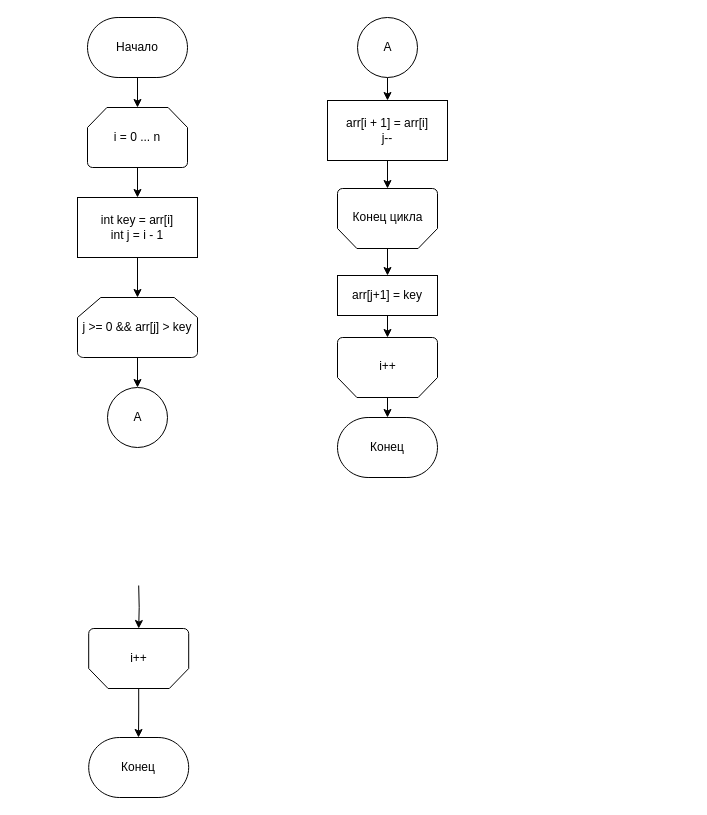
The draw.io diagram lab3/flowchart/bubble.drawio in LyubaxaPro/analysis_of_algorithms, before the edit. Source tidied: cells renumbered, new cells numbered last; positions are measured from the earlier drawing's top-left corner, leaving out a move shared by most shapes. Both pictures are drawn from the tidied source at 100%, with x=0, y=0 at pixel (77, 17).
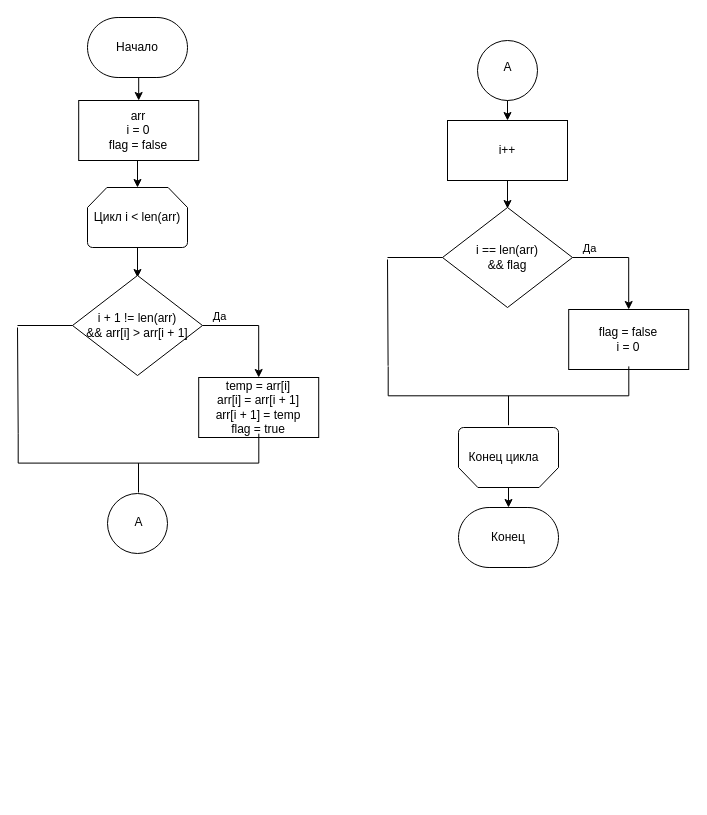
The same diagram, later.

The change refers to these unchanged cells:
```xml
<mxCell id="3" value="Начало" style="strokeWidth=1;html=1;shape=mxgraph.flowchart.terminator;whiteSpace=wrap;rounded=0;" parent="1" vertex="1">
  <mxGeometry x="10" width="100" height="60" as="geometry" />
</mxCell>
```

The edit, as a diff of the source:
```diff
@@
-    <mxCell id="2" style="edgeStyle=orthogonalEdgeStyle;rounded=0;jettySize=auto;html=1;exitX=0.5;exitY=1;exitDx=0;exitDy=0;exitPerimeter=0;" parent="1" edge="1" source="3" target="5">
-      <mxGeometry relative="1" as="geometry" />
-    </mxCell>
+    <mxCell id="31" style="edgeStyle=orthogonalEdgeStyle;rounded=0;jettySize=auto;html=1;exitX=0.5;exitY=1;exitDx=0;exitDy=0;exitPerimeter=0;entryX=0.5;entryY=0;entryDx=0;entryDy=0;" parent="1" edge="1" source="3" target="33">
+      <mxGeometry relative="1" as="geometry" />
+    </mxCell>
@@
     <mxCell id="4" style="edgeStyle=orthogonalEdgeStyle;rounded=0;jettySize=auto;html=1;exitX=0.5;exitY=1;exitDx=0;exitDy=0;exitPerimeter=0;entryX=0.5;entryY=0;entryDx=0;entryDy=0;entryPerimeter=0;" parent="1" edge="1" source="5">
       <mxGeometry relative="1" as="geometry">
-        <mxPoint x="60" y="180" as="targetPoint" />
+        <mxPoint x="60" y="260" as="targetPoint" />
       </mxGeometry>
     </mxCell>
-    <mxCell id="5" value="i = 0 ... n" style="strokeWidth=1;html=1;shape=mxgraph.flowchart.loop_limit;whiteSpace=wrap;rounded=0;" parent="1" vertex="1">
-      <mxGeometry x="10" y="90" width="100" height="60" as="geometry" />
+    <mxCell id="5" value="Цикл i &amp;lt; len(arr)" style="strokeWidth=1;html=1;shape=mxgraph.flowchart.loop_limit;whiteSpace=wrap;rounded=0;" parent="1" vertex="1">
+      <mxGeometry x="10" y="170" width="100" height="60" as="geometry" />
     </mxCell>
-    <mxCell id="6" style="edgeStyle=orthogonalEdgeStyle;rounded=0;jettySize=auto;html=1;exitX=0.5;exitY=0;exitDx=0;exitDy=0;exitPerimeter=0;" parent="1" edge="1" target="8">
-      <mxGeometry relative="1" as="geometry">
-        <mxPoint x="61.2" y="568" as="sourcePoint" />
-      </mxGeometry>
-    </mxCell>
-    <mxCell id="7" style="edgeStyle=orthogonalEdgeStyle;rounded=0;jettySize=auto;html=1;exitX=0.5;exitY=0;exitDx=0;exitDy=0;exitPerimeter=0;" parent="1" edge="1" source="8">
-      <mxGeometry relative="1" as="geometry">
-        <mxPoint x="61" y="720" as="targetPoint" />
-      </mxGeometry>
-    </mxCell>
-    <mxCell id="8" style="strokeWidth=1;html=1;shape=mxgraph.flowchart.loop_limit;whiteSpace=wrap;rounded=0;rotation=-180;" parent="1" vertex="1">
-      <mxGeometry x="11.2" y="611" width="100" height="60" as="geometry" />
-    </mxCell>
-    <mxCell id="9" value="Конец" style="strokeWidth=1;html=1;shape=mxgraph.flowchart.terminator;whiteSpace=wrap;rounded=0;" parent="1" vertex="1">
-      <mxGeometry x="11.2" y="720" width="100" height="60" as="geometry" />
-    </mxCell>
-    <mxCell id="10" value="i++" style="text;html=1;align=center;verticalAlign=middle;" parent="1" vertex="1">
-      <mxGeometry x="46.2" y="631" width="30" height="20" as="geometry" />
-    </mxCell>
-    <mxCell id="11" style="edgeStyle=orthogonalEdgeStyle;rounded=0;jettySize=auto;html=1;exitX=0.5;exitY=1;exitDx=0;exitDy=0;entryX=0.5;entryY=0;entryDx=0;entryDy=0;entryPerimeter=0;" parent="1" edge="1" source="12" target="14">
-      <mxGeometry relative="1" as="geometry" />
-    </mxCell>
-    <mxCell id="12" value="int key = arr[i]&lt;br&gt;int j = i - 1" style="rounded=0;whiteSpace=wrap;html=1;absoluteArcSize=1;arcSize=14;strokeWidth=1;" parent="1" vertex="1">
-      <mxGeometry y="180" width="120" height="60" as="geometry" />
-    </mxCell>
-    <mxCell id="13" style="edgeStyle=orthogonalEdgeStyle;rounded=0;jettySize=auto;html=1;exitX=0.5;exitY=1;exitDx=0;exitDy=0;exitPerimeter=0;entryX=0.5;entryY=0;entryDx=0;entryDy=0;entryPerimeter=0;" parent="1" edge="1" source="14" target="17">
-      <mxGeometry relative="1" as="geometry" />
-    </mxCell>
-    <mxCell id="14" value="j &amp;gt;= 0 &amp;amp;&amp;amp; arr[j] &amp;gt; key" style="strokeWidth=1;html=1;shape=mxgraph.flowchart.loop_limit;whiteSpace=wrap;rounded=0;" parent="1" vertex="1">
-      <mxGeometry y="280" width="120" height="60" as="geometry" />
-    </mxCell>
-    <mxCell id="15" style="edgeStyle=orthogonalEdgeStyle;rounded=0;jettySize=auto;html=1;exitX=0.5;exitY=1;exitDx=0;exitDy=0;entryX=0.5;entryY=1;entryDx=0;entryDy=0;entryPerimeter=0;" parent="1" edge="1" source="16" target="23">
-      <mxGeometry relative="1" as="geometry" />
+    <mxCell id="15" style="edgeStyle=orthogonalEdgeStyle;rounded=0;jettySize=auto;html=1;exitX=0.5;exitY=1;exitDx=0;exitDy=0;entryX=0.5;entryY=1;entryDx=0;entryDy=0;entryPerimeter=0;" parent="1" edge="1" source="16">
+      <mxGeometry relative="1" as="geometry">
+        <mxPoint x="430" y="191" as="targetPoint" />
+      </mxGeometry>
     </mxCell>
-    <mxCell id="16" value="arr[i + 1] = arr[i]&lt;br&gt;j--" style="rounded=0;whiteSpace=wrap;html=1;absoluteArcSize=1;arcSize=14;strokeWidth=1;" parent="1" vertex="1">
-      <mxGeometry x="250" y="83" width="120" height="60" as="geometry" />
+    <mxCell id="16" value="i++" style="rounded=0;whiteSpace=wrap;html=1;absoluteArcSize=1;arcSize=14;strokeWidth=1;" parent="1" vertex="1">
+      <mxGeometry x="370" y="103" width="120" height="60" as="geometry" />
     </mxCell>
     <mxCell id="17" style="verticalLabelPosition=bottom;verticalAlign=top;html=1;shape=mxgraph.flowchart.on-page_reference;strokeWidth=1;" parent="1" vertex="1">
-      <mxGeometry x="30" y="370" width="60" height="60" as="geometry" />
+      <mxGeometry x="30" y="476" width="60" height="60" as="geometry" />
     </mxCell>
     <mxCell id="18" value="A" style="text;html=1;align=center;verticalAlign=middle;" parent="1" vertex="1">
-      <mxGeometry x="50" y="390" width="20" height="20" as="geometry" />
+      <mxGeometry x="50.6" y="495" width="20" height="20" as="geometry" />
     </mxCell>
-    <mxCell id="19" style="edgeStyle=orthogonalEdgeStyle;rounded=0;jettySize=auto;html=1;exitX=0.5;exitY=1;exitDx=0;exitDy=0;exitPerimeter=0;entryX=0.5;entryY=0;entryDx=0;entryDy=0;" parent="1" edge="1" source="20" target="16">
-      <mxGeometry relative="1" as="geometry" />
+    <mxCell id="19" style="edgeStyle=orthogonalEdgeStyle;rounded=0;jettySize=auto;html=1;exitX=0.5;exitY=1;exitDx=0;exitDy=0;exitPerimeter=0;entryX=0.5;entryY=0;entryDx=0;entryDy=0;" parent="1" edge="1" target="16">
+      <mxGeometry relative="1" as="geometry">
+        <mxPoint x="430" y="80" as="sourcePoint" />
+      </mxGeometry>
     </mxCell>
     <mxCell id="20" style="verticalLabelPosition=bottom;verticalAlign=top;html=1;shape=mxgraph.flowchart.on-page_reference;strokeWidth=1;" parent="1" vertex="1">
-      <mxGeometry x="280" width="60" height="60" as="geometry" />
+      <mxGeometry x="400" y="23" width="60" height="60" as="geometry" />
     </mxCell>
     <mxCell id="21" value="A" style="text;html=1;align=center;verticalAlign=middle;" parent="1" vertex="1">
-      <mxGeometry x="300" y="20" width="20" height="20" as="geometry" />
+      <mxGeometry x="420" y="40" width="20" height="20" as="geometry" />
     </mxCell>
-    <mxCell id="22" style="edgeStyle=orthogonalEdgeStyle;rounded=0;jettySize=auto;html=1;exitX=0.5;exitY=0;exitDx=0;exitDy=0;exitPerimeter=0;" parent="1" edge="1" source="23" target="26">
-      <mxGeometry relative="1" as="geometry" />
-    </mxCell>
-    <mxCell id="23" style="strokeWidth=1;html=1;shape=mxgraph.flowchart.loop_limit;whiteSpace=wrap;rounded=0;rotation=-180;" parent="1" vertex="1">
-      <mxGeometry x="260" y="171" width="100" height="60" as="geometry" />
-    </mxCell>
+    <mxCell id="30" value="Конец" style="strokeWidth=1;html=1;shape=mxgraph.flowchart.terminator;whiteSpace=wrap;rounded=0;" parent="1" vertex="1">
+      <mxGeometry x="381" y="490" width="100" height="60" as="geometry" />
+    </mxCell>
+    <mxCell id="32" style="edgeStyle=orthogonalEdgeStyle;rounded=0;jettySize=auto;html=1;exitX=0.5;exitY=1;exitDx=0;exitDy=0;entryX=0.5;entryY=0;entryDx=0;entryDy=0;entryPerimeter=0;" parent="1" edge="1" source="33" target="5">
+      <mxGeometry relative="1" as="geometry" />
+    </mxCell>
+    <mxCell id="33" value="arr&lt;br&gt;i = 0&lt;br&gt;flag = false" style="rounded=0;whiteSpace=wrap;html=1;absoluteArcSize=1;arcSize=14;strokeWidth=1;" parent="1" vertex="1">
+      <mxGeometry x="1.2" y="83" width="120" height="60" as="geometry" />
+    </mxCell>
+    <mxCell id="34" style="edgeStyle=orthogonalEdgeStyle;rounded=0;jettySize=auto;html=1;exitX=1;exitY=0.5;exitDx=0;exitDy=0;exitPerimeter=0;" parent="1" edge="1" source="36" target="37">
+      <mxGeometry relative="1" as="geometry" />
+    </mxCell>
+    <mxCell id="35" value="Да" style="edgeLabel;html=1;align=center;verticalAlign=middle;" parent="34" vertex="1">
+      <mxGeometry x="-0.7" y="4" relative="1" as="geometry">
+        <mxPoint y="-6" as="offset" />
+      </mxGeometry>
+    </mxCell>
+    <mxCell id="36" value="i + 1 != len(arr)&lt;br&gt;&amp;amp;&amp;amp; arr[i] &amp;gt; arr[i + 1]" style="strokeWidth=1;html=1;shape=mxgraph.flowchart.decision;whiteSpace=wrap;" parent="1" vertex="1">
+      <mxGeometry x="-5" y="258" width="130" height="100" as="geometry" />
+    </mxCell>
+    <mxCell id="37" value="temp = arr[i]&lt;br&gt;arr[i] = arr[i + 1]&lt;br&gt;arr[i + 1] = temp&lt;br&gt;flag = true" style="rounded=0;whiteSpace=wrap;html=1;absoluteArcSize=1;arcSize=14;strokeWidth=1;" parent="1" vertex="1">
+      <mxGeometry x="121.2" y="360" width="120" height="60" as="geometry" />
+    </mxCell>
+    <mxCell id="38" style="strokeWidth=1;html=1;shape=mxgraph.flowchart.annotation_2;align=left;labelPosition=right;rotation=-90;" parent="1" vertex="1">
+      <mxGeometry x="31.6" y="325.3" width="58.8" height="240.6" as="geometry" />
+    </mxCell>
+    <mxCell id="39" style="endArrow=none;html=1;exitX=0;exitY=0.5;exitDx=0;exitDy=0;exitPerimeter=0;" parent="1" edge="1" source="36">
+      <mxGeometry relative="1" as="geometry">
+        <mxPoint x="-60" y="308" as="targetPoint" />
+      </mxGeometry>
+    </mxCell>
+    <mxCell id="40" style="endArrow=none;html=1;exitX=1;exitY=0;exitDx=0;exitDy=0;exitPerimeter=0;" parent="1" edge="1" source="38">
+      <mxGeometry relative="1" as="geometry">
+        <mxPoint x="-60" y="310" as="targetPoint" />
+      </mxGeometry>
+    </mxCell>
+    <mxCell id="41" style="edgeStyle=orthogonalEdgeStyle;rounded=0;jettySize=auto;html=1;exitX=1;exitY=0.5;exitDx=0;exitDy=0;exitPerimeter=0;" parent="1" edge="1" source="43" target="44">
+      <mxGeometry relative="1" as="geometry" />
+    </mxCell>
+    <mxCell id="42" value="Да" style="edgeLabel;html=1;align=center;verticalAlign=middle;" parent="41" vertex="1">
+      <mxGeometry x="-0.7" y="4" relative="1" as="geometry">
+        <mxPoint y="-6" as="offset" />
+      </mxGeometry>
+    </mxCell>
+    <mxCell id="43" value="i == len(arr)&lt;br&gt;&amp;amp;&amp;amp; flag" style="strokeWidth=1;html=1;shape=mxgraph.flowchart.decision;whiteSpace=wrap;" parent="1" vertex="1">
+      <mxGeometry x="365" y="190" width="130" height="100" as="geometry" />
+    </mxCell>
+    <mxCell id="44" value="flag = false&lt;br&gt;i = 0" style="rounded=0;whiteSpace=wrap;html=1;absoluteArcSize=1;arcSize=14;strokeWidth=1;" parent="1" vertex="1">
+      <mxGeometry x="491.2" y="292" width="120" height="60" as="geometry" />
+    </mxCell>
+    <mxCell id="45" style="endArrow=none;html=1;exitX=0;exitY=0.5;exitDx=0;exitDy=0;exitPerimeter=0;" parent="1" edge="1" source="43">
+      <mxGeometry relative="1" as="geometry">
+        <mxPoint x="310" y="240" as="targetPoint" />
+      </mxGeometry>
+    </mxCell>
+    <mxCell id="46" style="endArrow=none;html=1;exitX=1;exitY=0;exitDx=0;exitDy=0;exitPerimeter=0;" parent="1" edge="1">
+      <mxGeometry relative="1" as="geometry">
+        <mxPoint x="310.6" y="348.3" as="sourcePoint" />
+        <mxPoint x="310" y="242" as="targetPoint" />
+      </mxGeometry>
+    </mxCell>
+    <mxCell id="47" style="strokeWidth=1;html=1;shape=mxgraph.flowchart.annotation_2;align=left;labelPosition=right;rotation=-90;" parent="1" vertex="1">
+      <mxGeometry x="401.6" y="258" width="58.8" height="240.6" as="geometry" />
+    </mxCell>
+    <mxCell id="48" style="edgeStyle=orthogonalEdgeStyle;rounded=0;jettySize=auto;html=1;exitX=0.5;exitY=0;exitDx=0;exitDy=0;exitPerimeter=0;entryX=0.5;entryY=0;entryDx=0;entryDy=0;entryPerimeter=0;" parent="1" edge="1" source="49" target="30">
+      <mxGeometry relative="1" as="geometry" />
+    </mxCell>
+    <mxCell id="49" style="strokeWidth=1;html=1;shape=mxgraph.flowchart.loop_limit;whiteSpace=wrap;rounded=0;rotation=-180;" parent="1" vertex="1">
+      <mxGeometry x="381" y="410" width="100" height="60" as="geometry" />
+    </mxCell>
     <mxCell id="24" value="Конец цикла" style="text;html=1;align=center;verticalAlign=middle;" parent="1" vertex="1">
-      <mxGeometry x="265" y="190" width="90" height="20" as="geometry" />
+      <mxGeometry x="381" y="430" width="90" height="20" as="geometry" />
     </mxCell>
-    <mxCell id="25" style="edgeStyle=orthogonalEdgeStyle;rounded=0;jettySize=auto;html=1;exitX=0.5;exitY=1;exitDx=0;exitDy=0;entryX=0.5;entryY=1;entryDx=0;entryDy=0;entryPerimeter=0;" parent="1" edge="1" source="26" target="28">
-      <mxGeometry relative="1" as="geometry" />
-    </mxCell>
-    <mxCell id="26" value="arr[j+1] = key" style="rounded=0;whiteSpace=wrap;html=1;absoluteArcSize=1;arcSize=14;strokeWidth=1;" parent="1" vertex="1">
-      <mxGeometry x="260" y="258" width="100" height="40" as="geometry" />
-    </mxCell>
-    <mxCell id="27" style="edgeStyle=orthogonalEdgeStyle;rounded=0;jettySize=auto;html=1;exitX=0.5;exitY=0;exitDx=0;exitDy=0;exitPerimeter=0;entryX=0.5;entryY=0;entryDx=0;entryDy=0;entryPerimeter=0;" parent="1" edge="1" source="28" target="30">
-      <mxGeometry relative="1" as="geometry" />
-    </mxCell>
-    <mxCell id="28" style="strokeWidth=1;html=1;shape=mxgraph.flowchart.loop_limit;whiteSpace=wrap;rounded=0;rotation=-180;" parent="1" vertex="1">
-      <mxGeometry x="260" y="320" width="100" height="60" as="geometry" />
-    </mxCell>
-    <mxCell id="29" value="i++" style="text;html=1;align=center;verticalAlign=middle;" parent="1" vertex="1">
-      <mxGeometry x="295" y="339" width="30" height="20" as="geometry" />
-    </mxCell>
-    <mxCell id="30" value="Конец" style="strokeWidth=1;html=1;shape=mxgraph.flowchart.terminator;whiteSpace=wrap;rounded=0;" parent="1" vertex="1">
-      <mxGeometry x="260" y="400" width="100" height="60" as="geometry" />
-    </mxCell>
```
